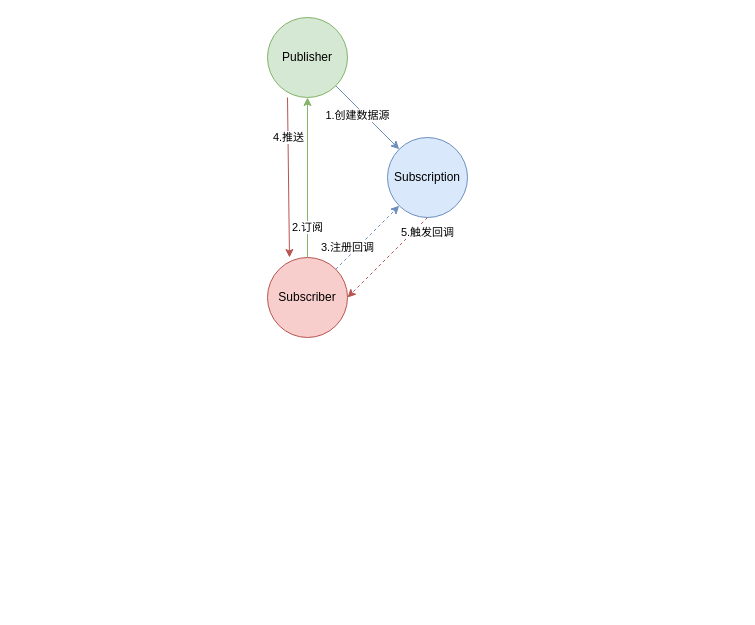
yang00-74/flowchart keeps this draw.io diagram as reactor_component_architecture.drawio. Above is the earlier version. Source tidied: cells renumbered, new cells numbered last; positions are measured from the earlier drawing's top-left corner, leaving out a move shared by most shapes. Both pictures are drawn from the tidied source at 100%, with x=0, y=0 at pixel (267, 17).
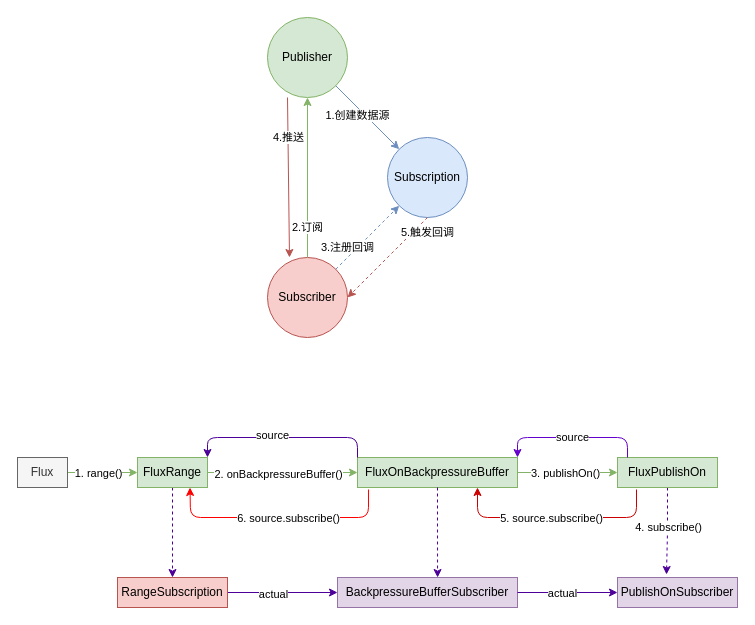
Above is the later version.

The edit, as a diff of the source:
```diff
@@
+    <mxCell id="13" style="edgeStyle=orthogonalEdgeStyle;rounded=0;jettySize=auto;html=1;fillColor=#d5e8d4;strokeColor=#82b366;" parent="1" edge="1" source="15" target="19">
+      <mxGeometry relative="1" as="geometry" />
+    </mxCell>
+    <mxCell id="14" value="1. range()" style="edgeLabel;html=1;align=center;verticalAlign=middle;" parent="13" vertex="1">
+      <mxGeometry x="-0.28" y="2" relative="1" as="geometry">
+        <mxPoint x="5" y="2" as="offset" />
+      </mxGeometry>
+    </mxCell>
+    <mxCell id="15" value="Flux" style="rounded=0;whiteSpace=wrap;html=1;fillColor=#f5f5f5;strokeColor=#666666;fontColor=#333333;" parent="1" vertex="1">
+      <mxGeometry x="-250" y="440" width="50" height="30" as="geometry" />
+    </mxCell>
+    <mxCell id="16" style="edgeStyle=orthogonalEdgeStyle;rounded=0;jettySize=auto;html=1;fillColor=#d5e8d4;strokeColor=#82b366;" parent="1" edge="1" source="19" target="22">
+      <mxGeometry relative="1" as="geometry" />
+    </mxCell>
+    <mxCell id="17" value="2. onBackpressureBuffer()" style="edgeLabel;html=1;align=center;verticalAlign=middle;" parent="16" vertex="1">
+      <mxGeometry x="-0.07" y="-1" relative="1" as="geometry" />
+    </mxCell>
+    <mxCell id="18" style="edgeStyle=orthogonalEdgeStyle;rounded=0;jettySize=auto;html=1;strokeColor=#4C0099;dashed=1;" parent="1" edge="1" source="19" target="33">
+      <mxGeometry relative="1" as="geometry" />
+    </mxCell>
+    <mxCell id="19" value="FluxRange" style="rounded=0;whiteSpace=wrap;html=1;fillColor=#d5e8d4;strokeColor=#82b366;" parent="1" vertex="1">
+      <mxGeometry x="-130" y="440" width="70" height="30" as="geometry" />
+    </mxCell>
+    <mxCell id="20" style="edgeStyle=orthogonalEdgeStyle;rounded=0;jettySize=auto;html=1;fillColor=#d5e8d4;strokeColor=#82b366;" parent="1" edge="1" source="22" target="27">
+      <mxGeometry relative="1" as="geometry" />
+    </mxCell>
+    <mxCell id="21" value="3. publishOn()" style="edgeLabel;html=1;align=center;verticalAlign=middle;" parent="20" vertex="1">
+      <mxGeometry x="-0.28" y="-1" relative="1" as="geometry">
+        <mxPoint x="11" y="-1" as="offset" />
+      </mxGeometry>
+    </mxCell>
+    <mxCell id="22" value="FluxOnBackpressureBuffer" style="rounded=0;whiteSpace=wrap;html=1;fillColor=#d5e8d4;strokeColor=#82b366;" parent="1" vertex="1">
+      <mxGeometry x="90" y="440" width="160" height="30" as="geometry" />
+    </mxCell>
+    <mxCell id="23" style="endArrow=classic;html=1;exitX=0;exitY=0;exitDx=0;exitDy=0;entryX=1;entryY=0;entryDx=0;entryDy=0;fillColor=#e1d5e7;strokeColor=#4C0099;" parent="1" edge="1" source="22" target="19">
+      <mxGeometry relative="1" as="geometry">
+        <Array as="points">
+          <mxPoint x="90" y="420" />
+          <mxPoint x="-60" y="420" />
+        </Array>
+      </mxGeometry>
+    </mxCell>
+    <mxCell id="24" value="source" style="edgeLabel;html=1;align=center;verticalAlign=middle;" parent="23" vertex="1">
+      <mxGeometry x="0.12" y="-3" relative="1" as="geometry" />
+    </mxCell>
+    <mxCell id="25" style="edgeStyle=orthogonalEdgeStyle;rounded=0;jettySize=auto;html=1;fillColor=#e1d5e7;exitX=0.5;exitY=1;exitDx=0;exitDy=0;dashed=1;strokeColor=#4C0099;" parent="1" edge="1" source="27">
+      <mxGeometry relative="1" as="geometry">
+        <mxPoint x="399" y="557" as="targetPoint" />
+      </mxGeometry>
+    </mxCell>
+    <mxCell id="26" value="4. subscribe()" style="edgeLabel;html=1;align=center;verticalAlign=middle;" parent="25" vertex="1">
+      <mxGeometry y="1" relative="1" as="geometry">
+        <mxPoint x="0.5" y="-4.5" as="offset" />
+      </mxGeometry>
+    </mxCell>
+    <mxCell id="27" value="FluxPublishOn" style="rounded=0;whiteSpace=wrap;html=1;fillColor=#d5e8d4;strokeColor=#82b366;" parent="1" vertex="1">
+      <mxGeometry x="350" y="440" width="100" height="30" as="geometry" />
+    </mxCell>
+    <mxCell id="28" value="source" style="endArrow=classic;html=1;entryX=1;entryY=0;entryDx=0;entryDy=0;strokeColor=#6600CC;" parent="1" edge="1" target="22">
+      <mxGeometry relative="1" as="geometry">
+        <mxPoint x="360" y="440" as="sourcePoint" />
+        <Array as="points">
+          <mxPoint x="360" y="420" />
+          <mxPoint x="250" y="420" />
+        </Array>
+      </mxGeometry>
+    </mxCell>
+    <mxCell id="29" value="PublishOnSubscriber" style="rounded=0;whiteSpace=wrap;html=1;fillColor=#e1d5e7;strokeColor=#9673a6;" parent="1" vertex="1">
+      <mxGeometry x="350" y="560" width="120" height="30" as="geometry" />
+    </mxCell>
+    <mxCell id="30" value="BackpressureBufferSubscriber" style="rounded=0;whiteSpace=wrap;html=1;fillColor=#e1d5e7;strokeColor=#9673a6;" parent="1" vertex="1">
+      <mxGeometry x="70" y="560" width="180" height="30" as="geometry" />
+    </mxCell>
+    <mxCell id="31" style="edgeStyle=orthogonalEdgeStyle;rounded=0;jettySize=auto;html=1;strokeColor=#4C0099;" parent="1" edge="1" source="33" target="30">
+      <mxGeometry relative="1" as="geometry" />
+    </mxCell>
+    <mxCell id="32" value="actual" style="edgeLabel;html=1;align=center;verticalAlign=middle;" parent="31" vertex="1">
+      <mxGeometry x="-0.18" y="-1" relative="1" as="geometry" />
+    </mxCell>
+    <mxCell id="33" value="RangeSubscription" style="rounded=0;whiteSpace=wrap;html=1;fillColor=#f8cecc;strokeColor=#b85450;" parent="1" vertex="1">
+      <mxGeometry x="-150" y="560" width="110" height="30" as="geometry" />
+    </mxCell>
+    <mxCell id="34" style="endArrow=classic;html=1;strokeColor=#4C0099;exitX=0.5;exitY=1;exitDx=0;exitDy=0;entryX=0.556;entryY=0;entryDx=0;entryDy=0;entryPerimeter=0;dashed=1;" parent="1" edge="1" source="22" target="30">
+      <mxGeometry relative="1" as="geometry" />
+    </mxCell>
+    <mxCell id="35" style="endArrow=classic;html=1;exitX=0.19;exitY=1.067;exitDx=0;exitDy=0;exitPerimeter=0;entryX=0.75;entryY=1;entryDx=0;entryDy=0;fillColor=#f8cecc;strokeColor=#CC0000;" parent="1" edge="1" source="27" target="22">
+      <mxGeometry relative="1" as="geometry">
+        <Array as="points">
+          <mxPoint x="369" y="500" />
+          <mxPoint x="210" y="500" />
+        </Array>
+      </mxGeometry>
+    </mxCell>
+    <mxCell id="36" value="5. source.subscribe()" style="edgeLabel;html=1;align=center;verticalAlign=middle;" parent="35" vertex="1">
+      <mxGeometry x="0.22" y="3" relative="1" as="geometry">
+        <mxPoint x="19" y="-3" as="offset" />
+      </mxGeometry>
+    </mxCell>
+    <mxCell id="37" style="endArrow=classic;html=1;strokeColor=#4C0099;exitX=1;exitY=0.5;exitDx=0;exitDy=0;entryX=0;entryY=0.5;entryDx=0;entryDy=0;" parent="1" edge="1" source="30" target="29">
+      <mxGeometry relative="1" as="geometry" />
+    </mxCell>
+    <mxCell id="38" value="actual" style="edgeLabel;html=1;align=center;verticalAlign=middle;" parent="37" vertex="1">
+      <mxGeometry x="-0.2" y="2" relative="1" as="geometry">
+        <mxPoint x="4" y="2" as="offset" />
+      </mxGeometry>
+    </mxCell>
+    <mxCell id="39" style="endArrow=classic;html=1;exitX=0.069;exitY=1.067;exitDx=0;exitDy=0;entryX=0.75;entryY=1;entryDx=0;entryDy=0;exitPerimeter=0;fillColor=#f8cecc;strokeColor=#FF0000;" parent="1" edge="1" source="22" target="19">
+      <mxGeometry relative="1" as="geometry">
+        <Array as="points">
+          <mxPoint x="101" y="500" />
+          <mxPoint x="-77" y="500" />
+        </Array>
+      </mxGeometry>
+    </mxCell>
+    <mxCell id="40" style="edgeLabel;html=1;align=center;verticalAlign=middle;" parent="39" vertex="1">
+      <mxGeometry x="0.22" y="-1" relative="1" as="geometry" />
+    </mxCell>
+    <mxCell id="41" value="6. source.subscribe()" style="edgeLabel;html=1;align=center;verticalAlign=middle;" parent="1" vertex="1">
+      <mxGeometry x="20" y="500" as="geometry" />
+    </mxCell>
```
